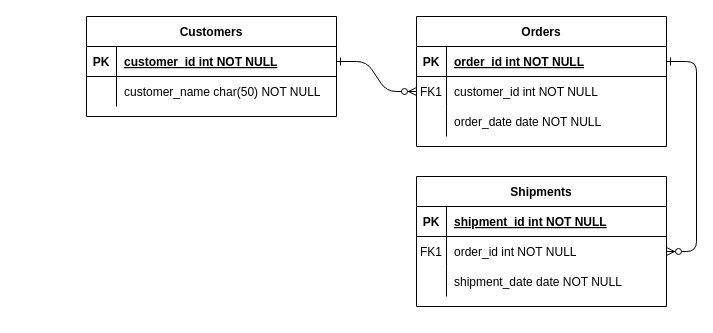
shiddiq33/faq keeps this draw.io diagram as ERD.drawio. Above is the earlier version. Source tidied: cells renumbered, new cells numbered last; positions are measured from the earlier drawing's top-left corner, leaving out a move shared by most shapes. Both pictures are drawn from the tidied source at 100%, with x=0, y=0 at pixel (86, 16).
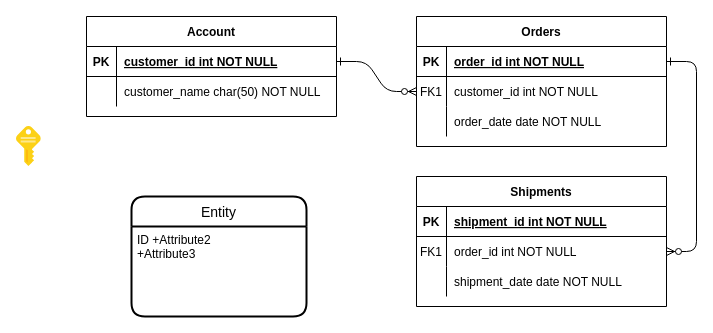
The same diagram, later.

The edit, as a diff of the source:
```diff
@@
-    <mxCell id="24" value="Customers" style="shape=table;startSize=30;childLayout=tableLayout;rowLines=0;fontStyle=1;align=center;" parent="1" vertex="1">
+    <mxCell id="24" value="Account" style="shape=table;startSize=30;childLayout=tableLayout;rowLines=0;fontStyle=1;align=center;" parent="1" vertex="1">
       <mxGeometry width="250" height="100" as="geometry" />
     </mxCell>
@@
+    <mxCell id="31" value="Entity" style="swimlane;horizontal=1;startSize=30;rounded=1;fontSize=14;fontStyle=0;strokeWidth=2;shadow=0;dashed=0;align=center;" parent="1" vertex="1">
+      <mxGeometry x="45" y="180" width="175" height="120" as="geometry" />
+    </mxCell>
+    <mxCell id="32" value="ID +Attribute2&#10;+Attribute3" style="align=left;strokeColor=none;fillColor=none;spacingLeft=4;fontSize=12;verticalAlign=top;" parent="31" vertex="1">
+      <mxGeometry y="30" width="175" height="90" as="geometry" />
+    </mxCell>
+    <mxCell id="33" style="html=1;align=center;image;fontSize=12;image=img/lib/mscae/Key.svg;" parent="1" vertex="1">
+      <mxGeometry x="-70" y="110" width="24.8" height="40" as="geometry" />
+    </mxCell>
```
